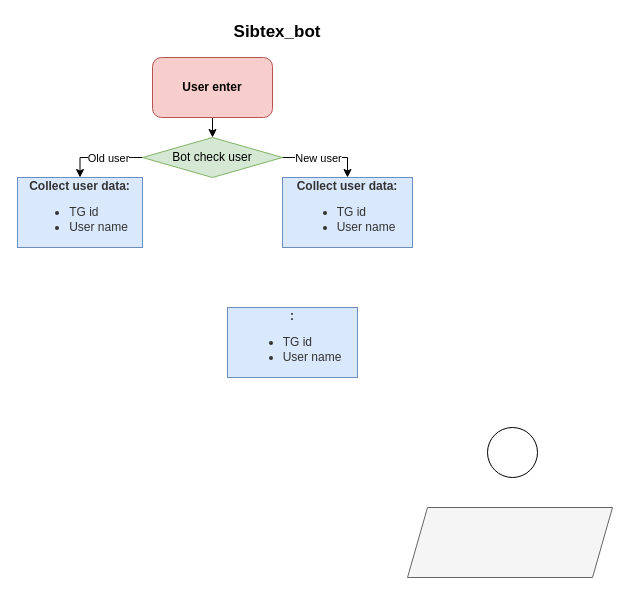
The draw.io diagram sibtex_bot.drawio in traptor/Sibton, before the edit. Source tidied: cells renumbered, new cells numbered last; positions are measured from the earlier drawing's top-left corner, leaving out a move shared by most shapes. Both pictures are drawn from the tidied source at 100%, with x=0, y=0 at pixel (17, 17).
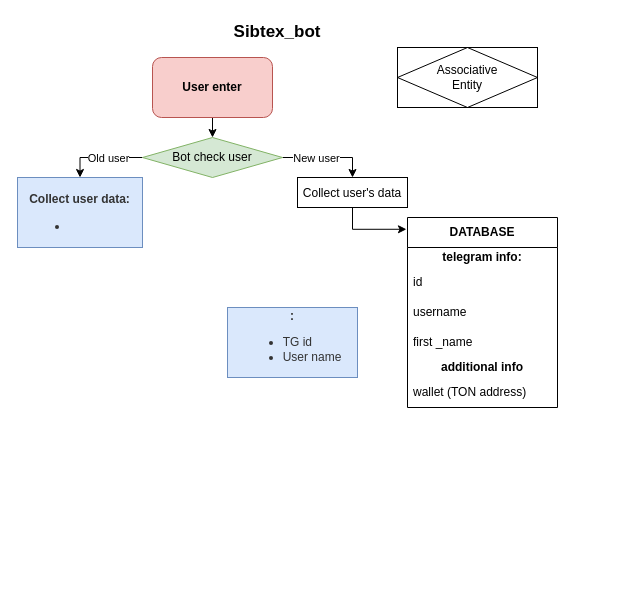
After the change.

The change refers to these unchanged cells:
```xml
<mxCell id="7" style="edgeStyle=orthogonalEdgeStyle;rounded=0;jettySize=auto;html=1;exitX=1;exitY=0.5;exitDx=0;exitDy=0;entryX=0.5;entryY=0;entryDx=0;entryDy=0;fontColor=#000000;" parent="1" edge="1" source="11" target="6">
  <mxGeometry relative="1" as="geometry" />
</mxCell>
```

What changed in the source:
```diff
@@
-    <mxCell id="2" value="&lt;div style=&quot;&quot;&gt;&lt;br&gt;&lt;/div&gt;" style="shape=parallelogram;perimeter=parallelogramPerimeter;whiteSpace=wrap;html=1;fixedSize=1;align=center;labelBackgroundColor=none;labelBorderColor=none;fillColor=#f5f5f5;strokeColor=#666666;fontColor=#333333;" parent="1" vertex="1">
-      <mxGeometry x="390" y="490" width="205" height="70" as="geometry" />
-    </mxCell>
-    <mxCell id="3" style="ellipse;whiteSpace=wrap;html=1;" parent="1" vertex="1">
-      <mxGeometry x="470" y="410" width="50" height="50" as="geometry" />
-    </mxCell>
@@
+    <mxCell id="15" style="edgeStyle=orthogonalEdgeStyle;rounded=0;jettySize=auto;html=1;exitX=0.5;exitY=1;exitDx=0;exitDy=0;entryX=-0.007;entryY=0.062;entryDx=0;entryDy=0;fontColor=#000000;entryPerimeter=0;" parent="1" edge="1" source="6" target="17">
+      <mxGeometry relative="1" as="geometry" />
+    </mxCell>
-    <mxCell id="6" value="&lt;div style=&quot;border-color: var(--border-color); color: rgb(51, 51, 51);&quot;&gt;&lt;b style=&quot;border-color: var(--border-color);&quot;&gt;Collect user data:&lt;/b&gt;&lt;/div&gt;&lt;ul style=&quot;border-color: var(--border-color); color: rgb(51, 51, 51);&quot;&gt;&lt;li style=&quot;text-align: left; border-color: var(--border-color);&quot;&gt;TG id&lt;/li&gt;&lt;li style=&quot;text-align: left; border-color: var(--border-color);&quot;&gt;User name&lt;/li&gt;&lt;/ul&gt;" style="rounded=0;whiteSpace=wrap;html=1;labelBackgroundColor=none;labelBorderColor=none;fillColor=#dae8fc;strokeColor=#6c8ebf;" parent="1" vertex="1">
-      <mxGeometry x="265" y="160" width="130" height="70" as="geometry" />
+    <mxCell id="6" value="Collect user's data" style="message.from_user.id&#10;message.from_user.username&#10;message.from_user.first_name;" parent="1" vertex="1">
+      <mxGeometry x="280" y="160" width="110" height="30" as="geometry" />
     </mxCell>
@@
     <mxCell id="8" value="New user" style="edgeLabel;html=1;align=center;verticalAlign=middle;fontColor=#000000;" parent="7" vertex="1">
       <mxGeometry x="0.2" relative="1" as="geometry">
-        <mxPoint x="-16" as="offset" />
+        <mxPoint x="-21" as="offset" />
       </mxGeometry>
     </mxCell>
@@
-    <mxCell id="12" value="&lt;div style=&quot;border-color: var(--border-color); color: rgb(51, 51, 51);&quot;&gt;&lt;b style=&quot;border-color: var(--border-color);&quot;&gt;Collect user data:&lt;/b&gt;&lt;/div&gt;&lt;ul style=&quot;border-color: var(--border-color); color: rgb(51, 51, 51);&quot;&gt;&lt;li style=&quot;text-align: left; border-color: var(--border-color);&quot;&gt;TG id&lt;/li&gt;&lt;li style=&quot;text-align: left; border-color: var(--border-color);&quot;&gt;User name&lt;/li&gt;&lt;/ul&gt;" style="rounded=0;whiteSpace=wrap;html=1;labelBackgroundColor=none;labelBorderColor=none;fillColor=#dae8fc;strokeColor=#6c8ebf;" parent="1" vertex="1">
+    <mxCell id="12" value="&lt;p style=&quot;border-color: var(--border-color); color: rgb(51, 51, 51);&quot;&gt;&lt;b style=&quot;border-color: var(--border-color);&quot;&gt;Collect user data:&lt;/b&gt;&lt;/p&gt;&lt;ul style=&quot;border-color: var(--border-color); color: rgb(51, 51, 51);&quot;&gt;&lt;li style=&quot;text-align: left; border-color: var(--border-color);&quot;&gt;&lt;br&gt;&lt;/li&gt;&lt;/ul&gt;&lt;p&gt;&lt;/p&gt;" style="rounded=0;whiteSpace=wrap;html=1;labelBackgroundColor=none;labelBorderColor=none;fillColor=#dae8fc;strokeColor=#6c8ebf;" parent="1" vertex="1">
       <mxGeometry y="160" width="125" height="70" as="geometry" />
     </mxCell>
@@
+    <mxCell id="16" value="Associative&#10;Entity" style="shape=associativeEntity;whiteSpace=wrap;html=1;align=center;fontColor=#000000;" parent="1" vertex="1">
+      <mxGeometry x="380" y="30" width="140" height="60" as="geometry" />
+    </mxCell>
+    <mxCell id="17" value="DATABASE" style="swimlane;fontStyle=1;horizontal=1;startSize=30;whiteSpace=wrap;html=1;fontColor=#000000;" parent="1" vertex="1">
+      <mxGeometry x="390" y="200" width="150" height="190" as="geometry" />
+    </mxCell>
+    <mxCell id="18" value="telegram info:" style="text;strokeColor=none;fillColor=none;align=center;verticalAlign=middle;spacingLeft=4;spacingRight=4;overflow=hidden;whiteSpace=wrap;html=1;fontColor=#000000;fontStyle=1;" parent="17" vertex="1">
+      <mxGeometry y="30" width="150" height="20" as="geometry" />
+    </mxCell>
+    <mxCell id="19" value="id" style="text;strokeColor=none;fillColor=none;align=left;verticalAlign=middle;spacingLeft=4;spacingRight=4;overflow=hidden;whiteSpace=wrap;html=1;fontColor=#000000;" parent="17" vertex="1">
+      <mxGeometry y="50" width="150" height="30" as="geometry" />
+    </mxCell>
+    <mxCell id="20" value="username" style="text;strokeColor=none;fillColor=none;align=left;verticalAlign=middle;spacingLeft=4;spacingRight=4;overflow=hidden;whiteSpace=wrap;html=1;fontColor=#000000;" parent="17" vertex="1">
+      <mxGeometry y="80" width="150" height="30" as="geometry" />
+    </mxCell>
+    <mxCell id="21" value="first _name" style="text;strokeColor=none;fillColor=none;align=left;verticalAlign=middle;spacingLeft=4;spacingRight=4;overflow=hidden;whiteSpace=wrap;html=1;fontColor=#000000;" parent="17" vertex="1">
+      <mxGeometry y="110" width="150" height="30" as="geometry" />
+    </mxCell>
+    <mxCell id="22" value="additional info" style="text;strokeColor=none;fillColor=none;align=center;verticalAlign=middle;spacingLeft=4;spacingRight=4;overflow=hidden;whiteSpace=wrap;html=1;fontColor=#000000;fontStyle=1;" parent="17" vertex="1">
+      <mxGeometry y="140" width="150" height="20" as="geometry" />
+    </mxCell>
+    <mxCell id="23" value="wallet (TON address)" style="text;strokeColor=none;fillColor=none;align=left;verticalAlign=middle;spacingLeft=4;spacingRight=4;overflow=hidden;whiteSpace=wrap;html=1;fontColor=#000000;" parent="17" vertex="1">
+      <mxGeometry y="160" width="150" height="30" as="geometry" />
+    </mxCell>
```
